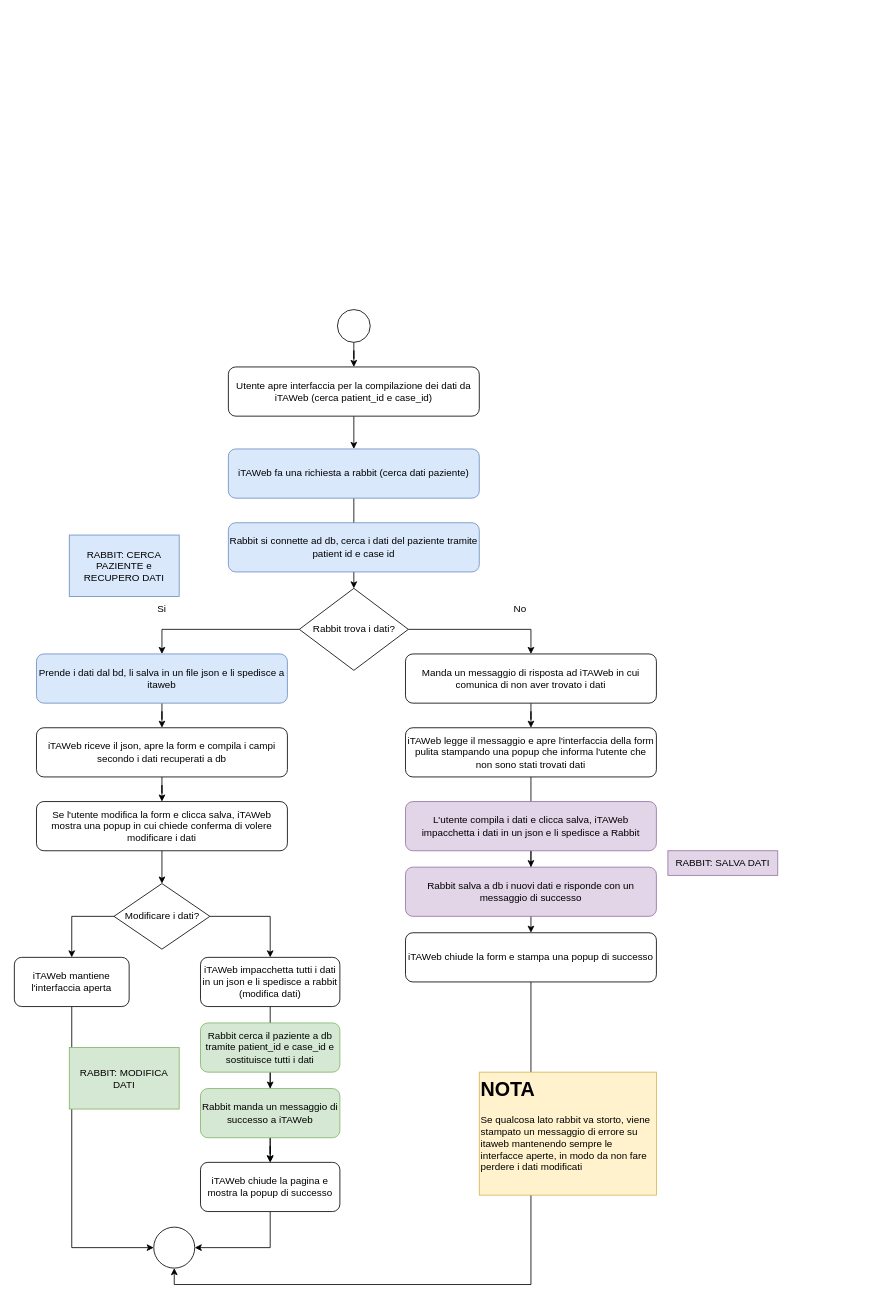
Above: page "Salvataggio dati db def" (1 of 3) of Flussi.drawio in gfiorellaTA/iTAWeb (draw.io), before the change. Source tidied: cells renumbered, new cells numbered last; positions are measured from the earlier drawing's top-left corner, leaving out a move shared by most shapes. Both pictures are drawn from the tidied source at 82%, with x=0, y=0 at pixel (14, 309).
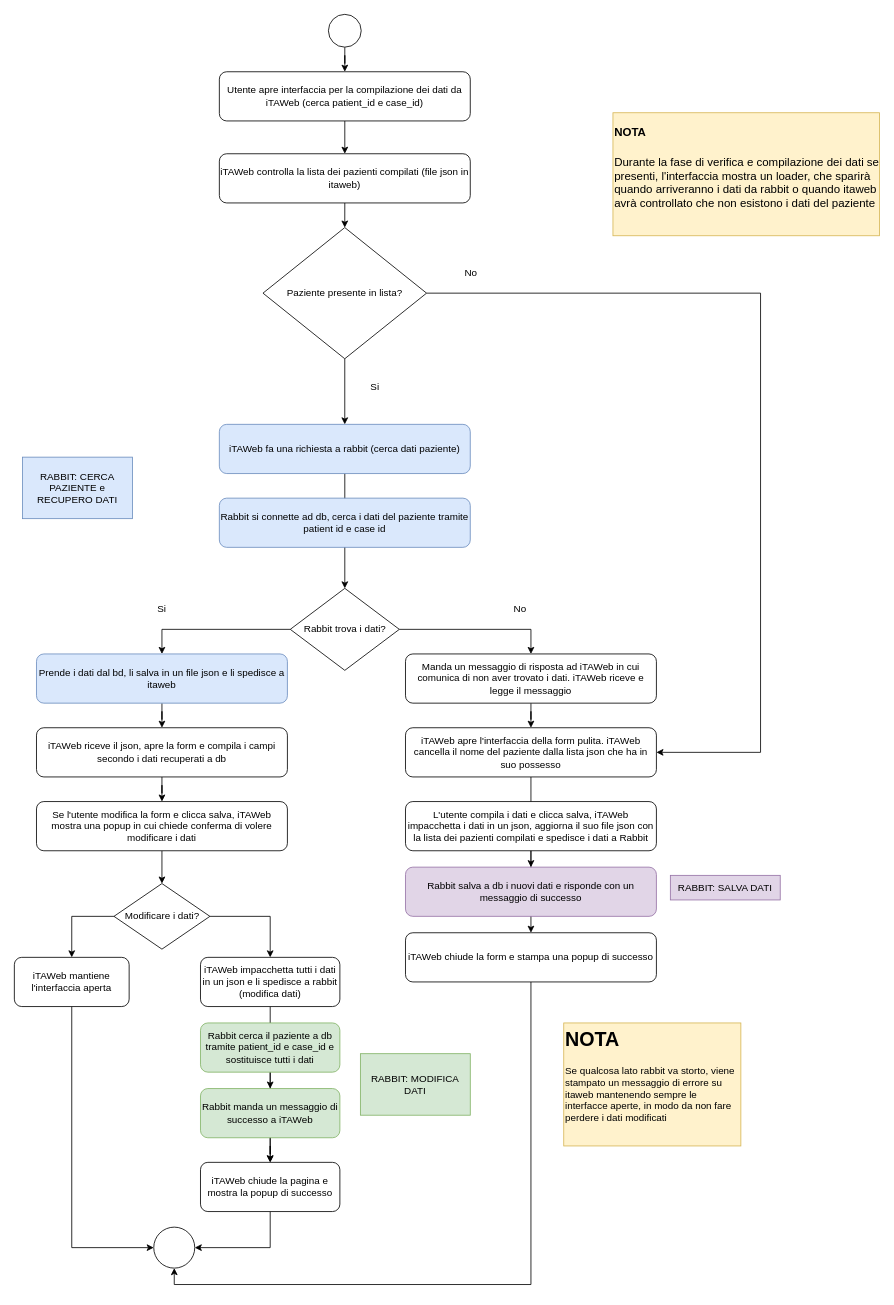
The same diagram, later.

Diff of the diagram source:
```diff
@@
-    <mxCell id="2" style="edgeStyle=orthogonalEdgeStyle;rounded=0;jettySize=auto;html=1;" parent="1" edge="1" source="3" target="7">
-      <mxGeometry relative="1" as="geometry" />
-    </mxCell>
+    <mxCell id="47" style="edgeStyle=orthogonalEdgeStyle;rounded=0;jettySize=auto;html=1;exitX=0.5;exitY=1;exitDx=0;exitDy=0;entryX=0.5;entryY=0;entryDx=0;entryDy=0;" parent="1" edge="1" source="3" target="49">
+      <mxGeometry relative="1" as="geometry" />
+    </mxCell>
     <mxCell id="3" value="Utente apre interfaccia per la compilazione dei dati da iTAWeb (cerca patient_id e case_id)" style="rounded=1;whiteSpace=wrap;html=1;" parent="1" vertex="1">
-      <mxGeometry x="261" y="70" width="306" height="60" as="geometry" />
+      <mxGeometry x="250" y="-290" width="306" height="60" as="geometry" />
     </mxCell>
@@
     <mxCell id="5" style="ellipse;whiteSpace=wrap;html=1;" parent="1" vertex="1">
-      <mxGeometry x="394" width="40" height="40" as="geometry" />
+      <mxGeometry x="383" y="-360" width="40" height="40" as="geometry" />
     </mxCell>
-    <mxCell id="6" style="edgeStyle=orthogonalEdgeStyle;rounded=0;jettySize=auto;html=1;" parent="1" edge="1" source="7" target="11">
+    <mxCell id="6" style="edgeStyle=orthogonalEdgeStyle;rounded=0;jettySize=auto;html=1;entryX=0.5;entryY=0;entryDx=0;entryDy=0;" parent="1" edge="1" source="7" target="11">
       <mxGeometry relative="1" as="geometry" />
     </mxCell>
     <mxCell id="7" value="iTAWeb fa una richiesta a rabbit (cerca dati paziente)" style="rounded=1;whiteSpace=wrap;html=1;fillColor=#dae8fc;strokeColor=#6c8ebf;" parent="1" vertex="1">
-      <mxGeometry x="261" y="170" width="306" height="60" as="geometry" />
+      <mxGeometry x="250" y="140" width="306" height="60" as="geometry" />
     </mxCell>
     <mxCell id="8" value="Rabbit si connette ad db, cerca i dati del paziente tramite patient id e case id" style="rounded=1;whiteSpace=wrap;html=1;fillColor=#dae8fc;strokeColor=#6c8ebf;" parent="1" vertex="1">
-      <mxGeometry x="261" y="260" width="306" height="60" as="geometry" />
+      <mxGeometry x="250" y="230" width="306" height="60" as="geometry" />
     </mxCell>
@@
     <mxCell id="11" value="Rabbit trova i dati?" style="rhombus;whiteSpace=wrap;html=1;" parent="1" vertex="1">
-      <mxGeometry x="347.5" y="340" width="133" height="100" as="geometry" />
+      <mxGeometry x="336.5" y="340" width="133" height="100" as="geometry" />
     </mxCell>
@@
-    <mxCell id="17" value="Manda un messaggio di risposta ad iTAWeb in cui comunica di non aver trovato i dati" style="rounded=1;whiteSpace=wrap;html=1;" parent="1" vertex="1">
+    <mxCell id="17" value="Manda un messaggio di risposta ad iTAWeb in cui comunica di non aver trovato i dati. iTAWeb riceve e legge il messaggio" style="rounded=1;whiteSpace=wrap;html=1;" parent="1" vertex="1">
       <mxGeometry x="477" y="420" width="306" height="60" as="geometry" />
     </mxCell>
@@
-    <mxCell id="19" value="iTAWeb legge il messaggio e apre l'interfaccia della form pulita stampando una popup che informa l'utente che non sono stati trovati dati" style="rounded=1;whiteSpace=wrap;html=1;" parent="1" vertex="1">
+    <mxCell id="19" value="iTAWeb apre l'interfaccia della form pulita. iTAWeb cancella il nome del paziente dalla lista json che ha in suo possesso" style="rounded=1;whiteSpace=wrap;html=1;" parent="1" vertex="1">
       <mxGeometry x="477" y="510" width="306" height="60" as="geometry" />
     </mxCell>
@@
-    <mxCell id="21" value="L'utente compila i dati e clicca salva, iTAWeb impacchetta i dati in un json e li spedisce a Rabbit" style="rounded=1;whiteSpace=wrap;html=1;fillColor=#e1d5e7;strokeColor=#9673a6;" parent="1" vertex="1">
+    <mxCell id="21" value="L'utente compila i dati e clicca salva, iTAWeb impacchetta i dati in un json, aggiorna il suo file json con la lista dei pazienti compilati e spedisce i dati a Rabbit" style="rounded=1;whiteSpace=wrap;html=1;" parent="1" vertex="1">
       <mxGeometry x="477" y="600" width="306" height="60" as="geometry" />
     </mxCell>
@@
     <mxCell id="40" value="&lt;h1 style=&quot;margin-top: 0px;&quot;&gt;NOTA&lt;/h1&gt;&lt;div&gt;Se qualcosa lato rabbit va storto, viene stampato un messaggio di errore su itaweb mantenendo sempre le interfacce aperte, in modo da non fare perdere i dati modificati&lt;/div&gt;" style="text;html=1;whiteSpace=wrap;overflow=hidden;rounded=0;fillColor=#fff2cc;strokeColor=#d6b656;" parent="1" vertex="1">
-      <mxGeometry x="567" y="930" width="216" height="150" as="geometry" />
+      <mxGeometry x="670" y="870" width="216" height="150" as="geometry" />
     </mxCell>
@@
     <mxCell id="44" value="RABBIT: SALVA DATI" style="text;html=1;align=center;verticalAlign=middle;whiteSpace=wrap;rounded=0;fillColor=#e1d5e7;strokeColor=#9673a6;" parent="1" vertex="1">
-      <mxGeometry x="797" y="660" width="134" height="30" as="geometry" />
+      <mxGeometry x="800" y="690" width="134" height="30" as="geometry" />
     </mxCell>
     <mxCell id="45" value="RABBIT: CERCA PAZIENTE e RECUPERO DATI" style="text;html=1;align=center;verticalAlign=middle;whiteSpace=wrap;rounded=0;fillColor=#dae8fc;strokeColor=#6c8ebf;" parent="1" vertex="1">
-      <mxGeometry x="67" y="275" width="134" height="75" as="geometry" />
+      <mxGeometry x="10" y="180" width="134" height="75" as="geometry" />
     </mxCell>
     <mxCell id="46" value="RABBIT: MODIFICA DATI" style="text;html=1;align=center;verticalAlign=middle;whiteSpace=wrap;rounded=0;fillColor=#d5e8d4;strokeColor=#82b366;" parent="1" vertex="1">
-      <mxGeometry x="67" y="900" width="134" height="75" as="geometry" />
+      <mxGeometry x="422" y="907.5" width="134" height="75" as="geometry" />
     </mxCell>
+    <mxCell id="48" style="edgeStyle=orthogonalEdgeStyle;rounded=0;jettySize=auto;html=1;exitX=0.5;exitY=1;exitDx=0;exitDy=0;entryX=0.5;entryY=0;entryDx=0;entryDy=0;" parent="1" edge="1" source="49" target="52">
+      <mxGeometry relative="1" as="geometry" />
+    </mxCell>
+    <mxCell id="49" value="iTAWeb controlla la lista dei pazienti compilati (file json in itaweb)" style="rounded=1;whiteSpace=wrap;html=1;" parent="1" vertex="1">
+      <mxGeometry x="250" y="-190" width="306" height="60" as="geometry" />
+    </mxCell>
+    <mxCell id="50" style="edgeStyle=orthogonalEdgeStyle;rounded=0;jettySize=auto;html=1;exitX=0.5;exitY=1;exitDx=0;exitDy=0;" parent="1" edge="1" source="52" target="7">
+      <mxGeometry relative="1" as="geometry" />
+    </mxCell>
+    <mxCell id="51" style="edgeStyle=orthogonalEdgeStyle;rounded=0;jettySize=auto;html=1;exitX=1;exitY=0.5;exitDx=0;exitDy=0;entryX=1;entryY=0.5;entryDx=0;entryDy=0;" parent="1" edge="1" source="52" target="19">
+      <mxGeometry relative="1" as="geometry">
+        <Array as="points">
+          <mxPoint x="910" y="-20" />
+          <mxPoint x="910" y="540" />
+        </Array>
+      </mxGeometry>
+    </mxCell>
+    <mxCell id="52" value="Paziente presente in lista?" style="rhombus;whiteSpace=wrap;html=1;" parent="1" vertex="1">
+      <mxGeometry x="303.2" y="-100" width="199.5" height="160" as="geometry" />
+    </mxCell>
+    <mxCell id="53" value="Si" style="text;html=1;align=center;verticalAlign=middle;whiteSpace=wrap;rounded=0;" parent="1" vertex="1">
+      <mxGeometry x="409.5" y="80" width="60" height="30" as="geometry" />
+    </mxCell>
+    <mxCell id="54" value="No" style="text;html=1;align=center;verticalAlign=middle;whiteSpace=wrap;rounded=0;" parent="1" vertex="1">
+      <mxGeometry x="527" y="-60" width="60" height="30" as="geometry" />
+    </mxCell>
+    <mxCell id="55" value="&lt;h1 style=&quot;margin-top: 0px;&quot;&gt;&lt;font style=&quot;font-size: 14px;&quot;&gt;NOTA&lt;/font&gt;&lt;/h1&gt;&lt;div&gt;&lt;font style=&quot;font-size: 14px;&quot;&gt;Durante la fase di verifica e compilazione dei dati se presenti, l'interfaccia mostra un loader, che sparirà quando arriveranno i dati da rabbit o quando itaweb avrà controllato che non esistono i dati del paziente&lt;/font&gt;&lt;/div&gt;" style="text;html=1;whiteSpace=wrap;overflow=hidden;rounded=0;fillColor=#fff2cc;strokeColor=#d6b656;" parent="1" vertex="1">
+      <mxGeometry x="730" y="-240" width="325" height="150" as="geometry" />
+    </mxCell>
```
